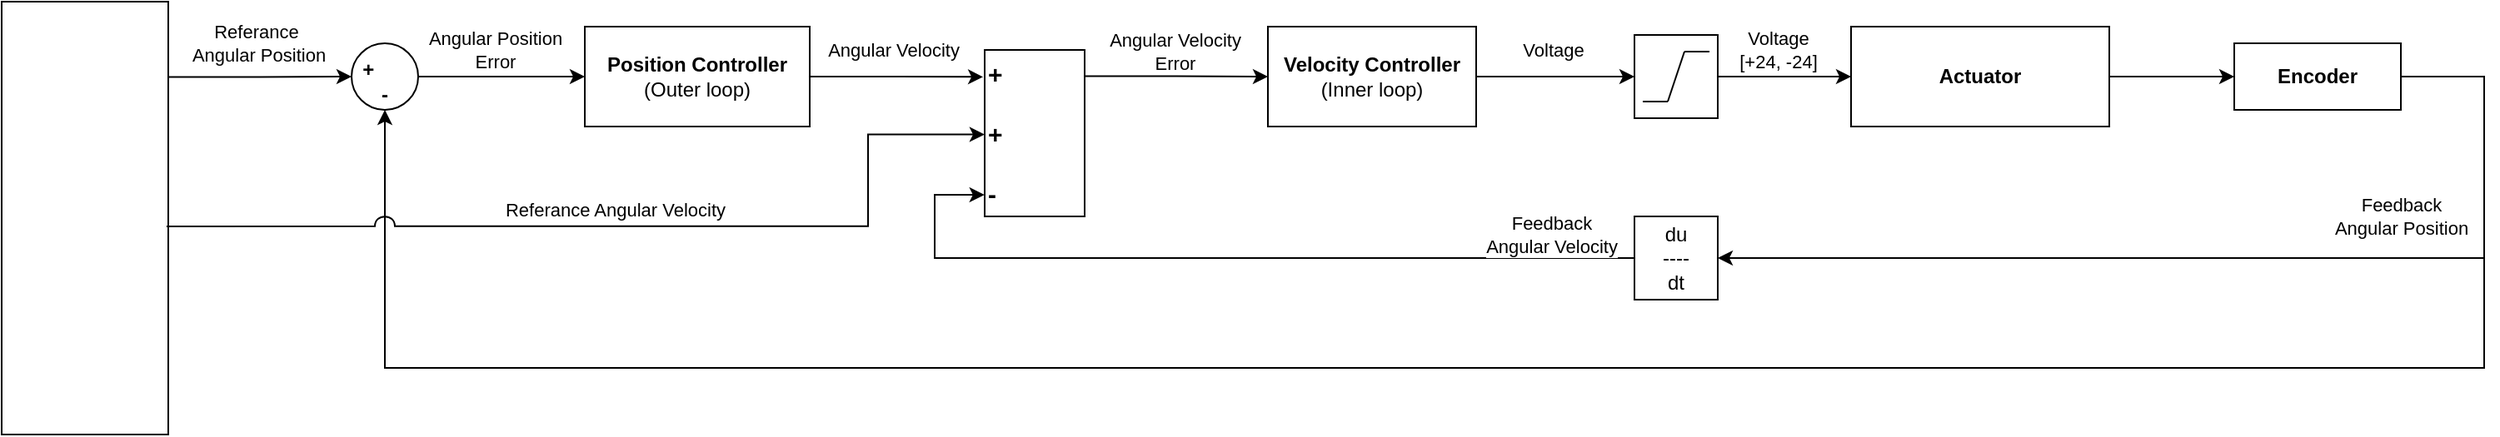
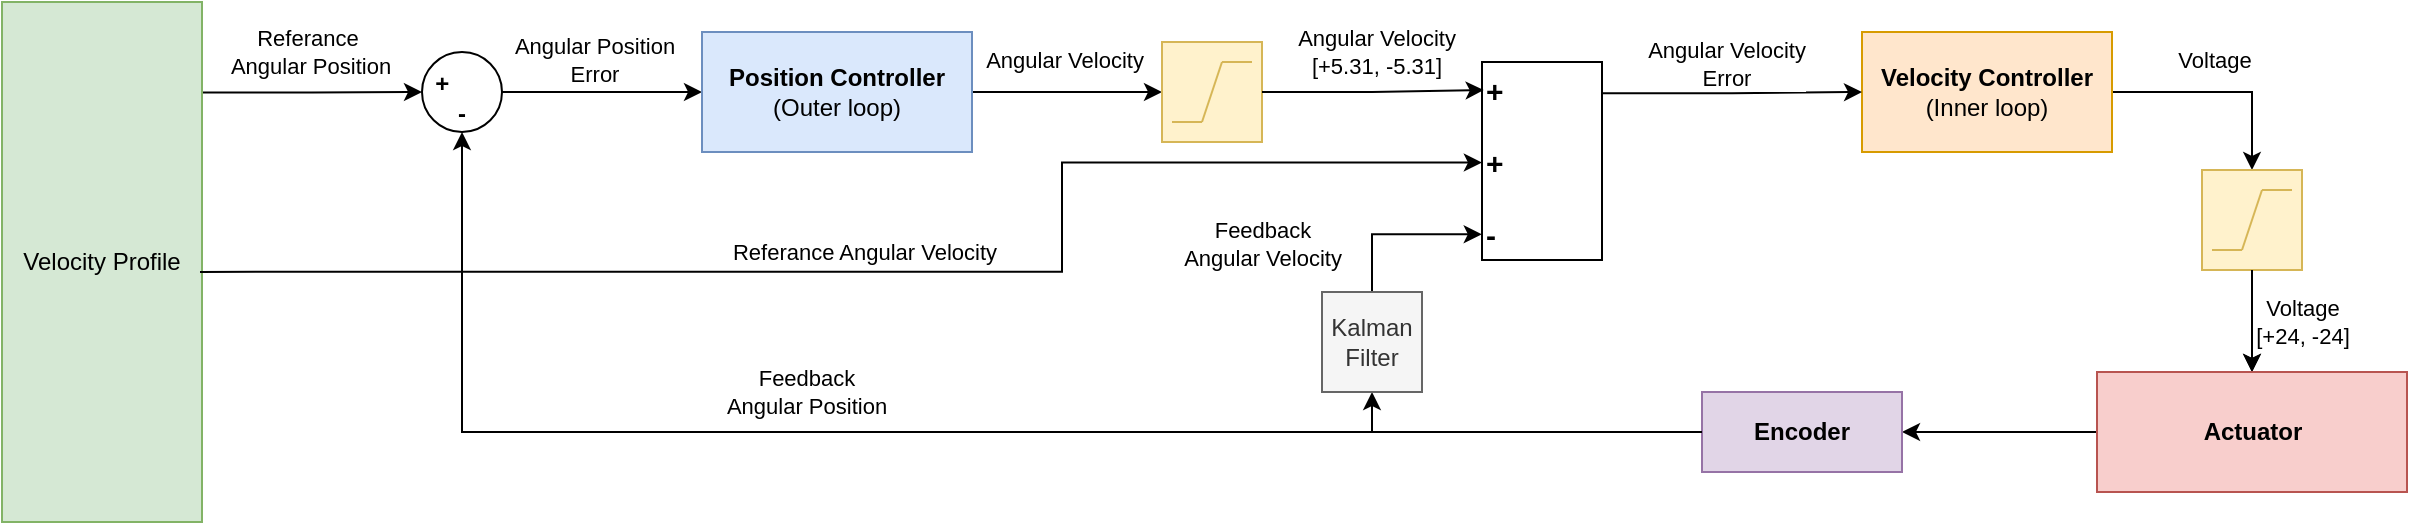
- <mxfile host="app.diagrams.net" agent="Mozilla/5.0 (Windows NT 10.0; Win64; x64) AppleWebKit/537.36 (KHTML, like Gecko) Chrome/146.0.0.0 Safari/537.36 Edg/146.0.0.0" version="29.6.4">
+ <mxfile host="app.diagrams.net" agent="Mozilla/5.0 (Windows NT 10.0; Win64; x64) AppleWebKit/537.36 (KHTML, like Gecko) Chrome/146.0.0.0 Safari/537.36 Edg/146.0.0.0">
  <diagram name="Page-1" id="BD3-rZ1kGmaUrFAAPRVE">
-     <mxGraphModel dx="2441" dy="815" grid="1" gridSize="10" guides="1" tooltips="1" connect="1" arrows="1" fold="1" page="1" pageScale="1" pageWidth="850" pageHeight="1100" math="0" shadow="0">
+     <mxGraphModel dx="2310" dy="757" grid="1" gridSize="10" guides="1" tooltips="1" connect="1" arrows="1" fold="1" page="1" pageScale="1" pageWidth="850" pageHeight="1100" math="0" shadow="0">
      <root>
        <mxCell id="0" />
        <mxCell id="1" parent="0" />
        <mxCell id="LlREH8e2MbRujvwkSs1E-4" edge="1" parent="1" source="LlREH8e2MbRujvwkSs1E-1" style="edgeStyle=orthogonalEdgeStyle;rounded=0;orthogonalLoop=1;jettySize=auto;html=1;entryX=0;entryY=0.5;entryDx=0;entryDy=0;exitX=0.991;exitY=0.174;exitDx=0;exitDy=0;exitPerimeter=0;" target="LlREH8e2MbRujvwkSs1E-2">
          <mxGeometry relative="1" as="geometry" />
        </mxCell>
        <mxCell id="LlREH8e2MbRujvwkSs1E-37" connectable="0" parent="LlREH8e2MbRujvwkSs1E-4" style="edgeLabel;html=1;align=center;verticalAlign=middle;resizable=0;points=[];" value="Referance&amp;nbsp;&lt;div&gt;Angular Position&lt;/div&gt;" vertex="1">
          <mxGeometry relative="1" x="-0.2711" y="-1" as="geometry">
            <mxPoint x="14" y="-21" as="offset" />
          </mxGeometry>
        </mxCell>
-         <mxCell id="LlREH8e2MbRujvwkSs1E-1" parent="1" style="rounded=0;whiteSpace=wrap;html=1;" value="" vertex="1">
+         <mxCell id="LlREH8e2MbRujvwkSs1E-1" parent="1" style="rounded=0;whiteSpace=wrap;html=1;fillColor=#d5e8d4;strokeColor=#82b366;" value="Velocity Profile" vertex="1">
          <mxGeometry height="260" width="100" x="-140" y="120" as="geometry" />
        </mxCell>
        <mxCell id="LlREH8e2MbRujvwkSs1E-5" edge="1" parent="1" source="LlREH8e2MbRujvwkSs1E-2" style="edgeStyle=orthogonalEdgeStyle;rounded=0;orthogonalLoop=1;jettySize=auto;html=1;" target="LlREH8e2MbRujvwkSs1E-3" value="">
          <mxGeometry relative="1" as="geometry" />
        </mxCell>
        <mxCell id="LlREH8e2MbRujvwkSs1E-43" connectable="0" parent="LlREH8e2MbRujvwkSs1E-5" style="edgeLabel;html=1;align=center;verticalAlign=middle;resizable=0;points=[];" value="Angular&amp;nbsp;Position&lt;div&gt;Error&lt;/div&gt;" vertex="1">
          <mxGeometry relative="1" x="-0.2624" y="-2" as="geometry">
            <mxPoint x="9" y="-18" as="offset" />
          </mxGeometry>
        </mxCell>
        <mxCell id="LlREH8e2MbRujvwkSs1E-2" parent="1" style="ellipse;whiteSpace=wrap;html=1;verticalAlign=bottom;fontStyle=1;fontSize=12;labelPosition=center;verticalLabelPosition=middle;align=center;" value="+&lt;span style=&quot;white-space: pre;&quot;&gt;&#x9;&lt;/span&gt;&lt;div&gt;-&lt;/div&gt;" vertex="1">
          <mxGeometry height="40" width="40" x="70" y="145" as="geometry" />
        </mxCell>
-         <mxCell id="LlREH8e2MbRujvwkSs1E-9" edge="1" parent="1" source="LlREH8e2MbRujvwkSs1E-3" style="edgeStyle=orthogonalEdgeStyle;rounded=0;orthogonalLoop=1;jettySize=auto;html=1;entryX=-0.016;entryY=0.162;entryDx=0;entryDy=0;entryPerimeter=0;" target="LlREH8e2MbRujvwkSs1E-32" value="">
+         <mxCell id="LlREH8e2MbRujvwkSs1E-9" edge="1" parent="1" source="LlREH8e2MbRujvwkSs1E-3" style="edgeStyle=orthogonalEdgeStyle;rounded=0;orthogonalLoop=1;jettySize=auto;html=1;entryX=0;entryY=0.5;entryDx=0;entryDy=0;" target="qdQHciXr0UH7EWWpv0bQ-3" value="">
          <mxGeometry relative="1" as="geometry">
            <mxPoint x="430" y="165" as="targetPoint" />
          </mxGeometry>
        </mxCell>
        <mxCell id="LlREH8e2MbRujvwkSs1E-45" connectable="0" parent="LlREH8e2MbRujvwkSs1E-9" style="edgeLabel;html=1;align=center;verticalAlign=middle;resizable=0;points=[];" value="Angular&amp;nbsp;Velocity" vertex="1">
          <mxGeometry relative="1" x="-0.1154" y="-1" as="geometry">
            <mxPoint x="4" y="-17" as="offset" />
          </mxGeometry>
        </mxCell>
-         <mxCell id="LlREH8e2MbRujvwkSs1E-3" parent="1" style="rounded=0;whiteSpace=wrap;html=1;" value="&lt;b&gt;Position Controller&lt;/b&gt;&lt;div&gt;(Outer loop)&lt;/div&gt;" vertex="1">
+         <mxCell id="LlREH8e2MbRujvwkSs1E-3" parent="1" style="rounded=0;whiteSpace=wrap;html=1;fillColor=#dae8fc;strokeColor=#6c8ebf;" value="&lt;b&gt;Position Controller&lt;/b&gt;&lt;div&gt;(Outer loop)&lt;/div&gt;" vertex="1">
          <mxGeometry height="60" width="135" x="210" y="135" as="geometry" />
        </mxCell>
        <mxCell id="LlREH8e2MbRujvwkSs1E-18" edge="1" parent="1" source="LlREH8e2MbRujvwkSs1E-7" style="edgeStyle=orthogonalEdgeStyle;rounded=0;orthogonalLoop=1;jettySize=auto;html=1;" target="LlREH8e2MbRujvwkSs1E-13" value="">
          <mxGeometry relative="1" as="geometry" />
        </mxCell>
        <mxCell id="LlREH8e2MbRujvwkSs1E-40" connectable="0" parent="LlREH8e2MbRujvwkSs1E-18" style="edgeLabel;html=1;align=center;verticalAlign=middle;resizable=0;points=[];" value="Voltage" vertex="1">
          <mxGeometry relative="1" x="-0.3077" as="geometry">
            <mxPoint x="13" y="-16" as="offset" />
          </mxGeometry>
        </mxCell>
-         <mxCell id="LlREH8e2MbRujvwkSs1E-7" parent="1" style="rounded=0;whiteSpace=wrap;html=1;" value="&lt;b&gt;Velocity Controller&lt;/b&gt;&lt;div&gt;(Inner loop)&lt;b&gt;&lt;/b&gt;&lt;/div&gt;" vertex="1">
-           <mxGeometry height="60" width="125" x="620" y="135" as="geometry" />
+         <mxCell id="LlREH8e2MbRujvwkSs1E-7" parent="1" style="rounded=0;whiteSpace=wrap;html=1;fillColor=#ffe6cc;strokeColor=#d79b00;" value="&lt;b&gt;Velocity Controller&lt;/b&gt;&lt;div&gt;(Inner loop)&lt;b&gt;&lt;/b&gt;&lt;/div&gt;" vertex="1">
+           <mxGeometry height="60" width="125" x="790" y="135" as="geometry" />
        </mxCell>
        <mxCell id="LlREH8e2MbRujvwkSs1E-10" edge="1" parent="1" source="LlREH8e2MbRujvwkSs1E-32" style="edgeStyle=orthogonalEdgeStyle;rounded=0;orthogonalLoop=1;jettySize=auto;html=1;exitX=0.981;exitY=0.158;exitDx=0;exitDy=0;exitPerimeter=0;" target="LlREH8e2MbRujvwkSs1E-7" value="">
          <mxGeometry relative="1" as="geometry">
-             <mxPoint x="470" y="165" as="sourcePoint" />
+             <mxPoint x="640" y="165" as="sourcePoint" />
          </mxGeometry>
        </mxCell>
        <mxCell id="LlREH8e2MbRujvwkSs1E-42" connectable="0" parent="LlREH8e2MbRujvwkSs1E-10" style="edgeLabel;html=1;align=center;verticalAlign=middle;resizable=0;points=[];" value="Angular&amp;nbsp;Velocity&lt;div&gt;Error&lt;/div&gt;" vertex="1">
          <mxGeometry relative="1" x="-0.2299" y="2" as="geometry">
            <mxPoint x="12" y="-13" as="offset" />
          </mxGeometry>
        </mxCell>
-         <mxCell id="LlREH8e2MbRujvwkSs1E-21" edge="1" parent="1" source="LlREH8e2MbRujvwkSs1E-11" style="edgeStyle=orthogonalEdgeStyle;rounded=0;orthogonalLoop=1;jettySize=auto;html=1;entryX=1;entryY=0.5;entryDx=0;entryDy=0;" target="LlREH8e2MbRujvwkSs1E-20">
-           <mxGeometry relative="1" as="geometry">
-             <Array as="points">
-               <mxPoint x="1150" y="165" />
-             </Array>
-           </mxGeometry>
+         <mxCell id="qdQHciXr0UH7EWWpv0bQ-1" edge="1" parent="1" source="LlREH8e2MbRujvwkSs1E-11" style="edgeStyle=orthogonalEdgeStyle;rounded=0;orthogonalLoop=1;jettySize=auto;html=1;" target="LlREH8e2MbRujvwkSs1E-20" value="">
+           <mxGeometry relative="1" as="geometry" />
        </mxCell>
-         <mxCell id="LlREH8e2MbRujvwkSs1E-11" parent="1" style="rounded=0;whiteSpace=wrap;html=1;" value="&lt;b&gt;Actuator&lt;/b&gt;" vertex="1">
-           <mxGeometry height="60" width="155" x="970" y="135" as="geometry" />
+         <mxCell id="LlREH8e2MbRujvwkSs1E-17" connectable="0" parent="1" style="group;fillColor=#fff2cc;strokeColor=#d6b656;" value="" vertex="1">
+           <mxGeometry height="50" width="50" x="960" y="204" as="geometry" />
        </mxCell>
-         <mxCell id="LlREH8e2MbRujvwkSs1E-17" connectable="0" parent="1" style="group" value="" vertex="1">
-           <mxGeometry height="50" width="50" x="840" y="140" as="geometry" />
-         </mxCell>
-         <mxCell id="LlREH8e2MbRujvwkSs1E-13" parent="LlREH8e2MbRujvwkSs1E-17" style="whiteSpace=wrap;html=1;aspect=fixed;" value="" vertex="1">
+         <mxCell id="LlREH8e2MbRujvwkSs1E-13" parent="LlREH8e2MbRujvwkSs1E-17" style="whiteSpace=wrap;html=1;aspect=fixed;fillColor=#fff2cc;strokeColor=#d6b656;" value="" vertex="1">
          <mxGeometry height="50" width="50" as="geometry" />
        </mxCell>
-         <mxCell id="LlREH8e2MbRujvwkSs1E-14" edge="1" parent="LlREH8e2MbRujvwkSs1E-17" style="endArrow=none;html=1;rounded=0;entryX=0.5;entryY=0.8;entryDx=0;entryDy=0;entryPerimeter=0;exitX=0.2;exitY=0.8;exitDx=0;exitDy=0;exitPerimeter=0;" value="">
+         <mxCell id="LlREH8e2MbRujvwkSs1E-14" edge="1" parent="LlREH8e2MbRujvwkSs1E-17" style="endArrow=none;html=1;rounded=0;entryX=0.5;entryY=0.8;entryDx=0;entryDy=0;entryPerimeter=0;exitX=0.2;exitY=0.8;exitDx=0;exitDy=0;exitPerimeter=0;fillColor=#fff2cc;strokeColor=#d6b656;" value="">
          <mxGeometry height="50" relative="1" width="50" as="geometry">
            <mxPoint x="5" y="40" as="sourcePoint" />
            <mxPoint x="20" y="40" as="targetPoint" />
          </mxGeometry>
        </mxCell>
-         <mxCell id="LlREH8e2MbRujvwkSs1E-15" edge="1" parent="LlREH8e2MbRujvwkSs1E-17" source="LlREH8e2MbRujvwkSs1E-13" style="endArrow=none;html=1;rounded=0;entryX=0.6;entryY=0.2;entryDx=0;entryDy=0;entryPerimeter=0;exitX=0.4;exitY=0.8;exitDx=0;exitDy=0;exitPerimeter=0;" target="LlREH8e2MbRujvwkSs1E-13" value="">
+         <mxCell id="LlREH8e2MbRujvwkSs1E-15" edge="1" parent="LlREH8e2MbRujvwkSs1E-17" source="LlREH8e2MbRujvwkSs1E-13" style="endArrow=none;html=1;rounded=0;entryX=0.6;entryY=0.2;entryDx=0;entryDy=0;entryPerimeter=0;exitX=0.4;exitY=0.8;exitDx=0;exitDy=0;exitPerimeter=0;fillColor=#fff2cc;strokeColor=#d6b656;" target="LlREH8e2MbRujvwkSs1E-13" value="">
          <mxGeometry height="50" relative="1" width="50" as="geometry">
            <mxPoint x="30" y="30" as="sourcePoint" />
            <mxPoint x="45" y="30" as="targetPoint" />
          </mxGeometry>
        </mxCell>
-         <mxCell id="LlREH8e2MbRujvwkSs1E-16" edge="1" parent="LlREH8e2MbRujvwkSs1E-17" style="endArrow=none;html=1;rounded=0;entryX=0.5;entryY=0.8;entryDx=0;entryDy=0;entryPerimeter=0;exitX=0.2;exitY=0.8;exitDx=0;exitDy=0;exitPerimeter=0;" value="">
+         <mxCell id="LlREH8e2MbRujvwkSs1E-16" edge="1" parent="LlREH8e2MbRujvwkSs1E-17" style="endArrow=none;html=1;rounded=0;entryX=0.5;entryY=0.8;entryDx=0;entryDy=0;entryPerimeter=0;exitX=0.2;exitY=0.8;exitDx=0;exitDy=0;exitPerimeter=0;fillColor=#fff2cc;strokeColor=#d6b656;" value="">
          <mxGeometry height="50" relative="1" width="50" as="geometry">
            <mxPoint x="30" y="10" as="sourcePoint" />
            <mxPoint x="45" y="10" as="targetPoint" />
          </mxGeometry>
        </mxCell>
        <mxCell id="LlREH8e2MbRujvwkSs1E-19" edge="1" parent="1" source="LlREH8e2MbRujvwkSs1E-13" style="edgeStyle=orthogonalEdgeStyle;rounded=0;orthogonalLoop=1;jettySize=auto;html=1;" target="LlREH8e2MbRujvwkSs1E-11" value="">
          <mxGeometry relative="1" as="geometry" />
        </mxCell>
        <mxCell id="LlREH8e2MbRujvwkSs1E-41" connectable="0" parent="LlREH8e2MbRujvwkSs1E-19" style="edgeLabel;html=1;align=center;verticalAlign=middle;resizable=0;points=[];" value="Voltage&lt;br&gt;[+24, -24]" vertex="1">
          <mxGeometry relative="1" x="-0.1167" y="-2" as="geometry">
-             <mxPoint y="-18" as="offset" />
+             <mxPoint x="27" y="3" as="offset" />
          </mxGeometry>
        </mxCell>
-         <mxCell id="LlREH8e2MbRujvwkSs1E-46" edge="1" parent="1" source="LlREH8e2MbRujvwkSs1E-20" style="edgeStyle=orthogonalEdgeStyle;rounded=0;orthogonalLoop=1;jettySize=auto;html=1;entryX=0.5;entryY=1;entryDx=0;entryDy=0;" target="LlREH8e2MbRujvwkSs1E-27">
-           <mxGeometry relative="1" as="geometry">
-             <Array as="points">
-               <mxPoint x="1350" y="165" />
-               <mxPoint x="1350" y="274" />
-             </Array>
-           </mxGeometry>
+         <mxCell id="cyVE3tjUSvnCyxjfInQw-5" edge="1" parent="1" source="LlREH8e2MbRujvwkSs1E-20" style="edgeStyle=orthogonalEdgeStyle;rounded=0;orthogonalLoop=1;jettySize=auto;html=1;entryX=0.5;entryY=1;entryDx=0;entryDy=0;" target="LlREH8e2MbRujvwkSs1E-27">
+           <mxGeometry relative="1" as="geometry" />
        </mxCell>
-         <mxCell id="LlREH8e2MbRujvwkSs1E-20" parent="1" style="rounded=0;whiteSpace=wrap;html=1;direction=west;" value="&lt;b&gt;Encoder&lt;/b&gt;" vertex="1">
-           <mxGeometry height="40" width="100" x="1200" y="145" as="geometry" />
+         <mxCell id="LlREH8e2MbRujvwkSs1E-20" parent="1" style="rounded=0;whiteSpace=wrap;html=1;direction=west;fillColor=#e1d5e7;strokeColor=#9673a6;" value="&lt;b&gt;Encoder&lt;/b&gt;" vertex="1">
+           <mxGeometry height="40" width="100" x="710" y="315" as="geometry" />
        </mxCell>
        <mxCell id="LlREH8e2MbRujvwkSs1E-28" edge="1" parent="1" source="LlREH8e2MbRujvwkSs1E-27" style="edgeStyle=orthogonalEdgeStyle;rounded=0;orthogonalLoop=1;jettySize=auto;html=1;entryX=-0.002;entryY=0.87;entryDx=0;entryDy=0;entryPerimeter=0;" target="LlREH8e2MbRujvwkSs1E-32" value="">
          <mxGeometry relative="1" as="geometry">
            <Array as="points">
-               <mxPoint x="420" y="274" />
-               <mxPoint x="420" y="236" />
+               <mxPoint x="545" y="236" />
            </Array>
            <mxPoint x="385" y="240" as="targetPoint" />
          </mxGeometry>
        </mxCell>
        <mxCell id="LlREH8e2MbRujvwkSs1E-35" connectable="0" parent="LlREH8e2MbRujvwkSs1E-28" style="edgeLabel;html=1;align=center;verticalAlign=middle;resizable=0;points=[];" value="Feedback&lt;br&gt;Angular Velocity" vertex="1">
          <mxGeometry relative="1" x="-0.4631" y="-3" as="geometry">
-             <mxPoint x="81" y="-11" as="offset" />
-           </mxGeometry>
-         </mxCell>
-         <mxCell id="LlREH8e2MbRujvwkSs1E-27" parent="1" style="whiteSpace=wrap;html=1;aspect=fixed;direction=north;" value="du&lt;div&gt;----&lt;/div&gt;&lt;div&gt;dt&lt;/div&gt;" vertex="1">
-           <mxGeometry height="50" width="50" x="840" y="249" as="geometry" />
-         </mxCell>
-         <mxCell id="LlREH8e2MbRujvwkSs1E-30" edge="1" parent="1" source="LlREH8e2MbRujvwkSs1E-20" style="edgeStyle=orthogonalEdgeStyle;rounded=0;orthogonalLoop=1;jettySize=auto;html=1;entryX=0.5;entryY=1;entryDx=0;entryDy=0;exitX=0;exitY=0.5;exitDx=0;exitDy=0;" target="LlREH8e2MbRujvwkSs1E-2">
-           <mxGeometry relative="1" as="geometry">
-             <Array as="points">
-               <mxPoint x="1350" y="165" />
-               <mxPoint x="1350" y="340" />
-               <mxPoint x="90" y="340" />
-             </Array>
-             <mxPoint x="450" y="300" as="sourcePoint" />
-             <mxPoint x="150" y="330" as="targetPoint" />
-           </mxGeometry>
-         </mxCell>
-         <mxCell id="LlREH8e2MbRujvwkSs1E-34" connectable="0" parent="LlREH8e2MbRujvwkSs1E-30" style="edgeLabel;html=1;align=center;verticalAlign=middle;resizable=0;points=[];" value="Feedback&lt;br&gt;Angular Position" vertex="1">
-           <mxGeometry relative="1" x="-0.6959" y="-5" as="geometry">
-             <mxPoint x="-26" y="-86" as="offset" />
+             <mxPoint x="-58" y="-2" as="offset" />
          </mxGeometry>
        </mxCell>
        <mxCell id="LlREH8e2MbRujvwkSs1E-32" parent="1" style="rounded=0;whiteSpace=wrap;html=1;align=left;" value="&lt;b&gt;&lt;font style=&quot;font-size: 15px;&quot;&gt;+&lt;/font&gt;&lt;/b&gt;&lt;div&gt;&lt;b&gt;&lt;font style=&quot;font-size: 15px;&quot;&gt;&lt;br&gt;&lt;/font&gt;&lt;/b&gt;&lt;/div&gt;&lt;div&gt;&lt;b&gt;&lt;font style=&quot;font-size: 15px;&quot;&gt;+&lt;/font&gt;&lt;/b&gt;&lt;/div&gt;&lt;div&gt;&lt;b&gt;&lt;font style=&quot;font-size: 15px;&quot;&gt;&lt;br&gt;&lt;/font&gt;&lt;/b&gt;&lt;/div&gt;&lt;div style=&quot;&quot;&gt;&lt;b&gt;&lt;font style=&quot;font-size: 15px;&quot;&gt;-&lt;/font&gt;&lt;/b&gt;&lt;/div&gt;" vertex="1">
-           <mxGeometry height="100" width="60" x="450" y="149" as="geometry" />
+           <mxGeometry height="99" width="60" x="600" y="150" as="geometry" />
        </mxCell>
        <mxCell id="LlREH8e2MbRujvwkSs1E-33" edge="1" parent="1" source="LlREH8e2MbRujvwkSs1E-1" style="edgeStyle=orthogonalEdgeStyle;rounded=0;orthogonalLoop=1;jettySize=auto;html=1;entryX=-0.001;entryY=0.508;entryDx=0;entryDy=0;jumpStyle=arc;jumpSize=12;entryPerimeter=0;exitX=0.99;exitY=0.519;exitDx=0;exitDy=0;exitPerimeter=0;" target="LlREH8e2MbRujvwkSs1E-32">
          <mxGeometry relative="1" as="geometry">
            <Array as="points">
-               <mxPoint x="380" y="255" />
-               <mxPoint x="380" y="200" />
+               <mxPoint x="390" y="255" />
+               <mxPoint x="390" y="200" />
            </Array>
          </mxGeometry>
        </mxCell>
        <mxCell id="LlREH8e2MbRujvwkSs1E-36" connectable="0" parent="LlREH8e2MbRujvwkSs1E-33" style="edgeLabel;html=1;align=center;verticalAlign=middle;resizable=0;points=[];" value="Referance Angular Velocity" vertex="1">
          <mxGeometry relative="1" x="-0.1622" as="geometry">
            <mxPoint x="40" y="-10" as="offset" />
          </mxGeometry>
        </mxCell>
+         <mxCell id="qdQHciXr0UH7EWWpv0bQ-2" connectable="0" parent="1" style="group;fillColor=#fff2cc;strokeColor=#d6b656;" value="" vertex="1">
+           <mxGeometry height="50" width="50" x="440" y="140" as="geometry" />
+         </mxCell>
+         <mxCell id="qdQHciXr0UH7EWWpv0bQ-3" parent="qdQHciXr0UH7EWWpv0bQ-2" style="whiteSpace=wrap;html=1;aspect=fixed;fillColor=#fff2cc;strokeColor=#d6b656;" value="" vertex="1">
+           <mxGeometry height="50" width="50" as="geometry" />
+         </mxCell>
+         <mxCell id="qdQHciXr0UH7EWWpv0bQ-4" edge="1" parent="qdQHciXr0UH7EWWpv0bQ-2" style="endArrow=none;html=1;rounded=0;entryX=0.5;entryY=0.8;entryDx=0;entryDy=0;entryPerimeter=0;exitX=0.2;exitY=0.8;exitDx=0;exitDy=0;exitPerimeter=0;fillColor=#fff2cc;strokeColor=#d6b656;" value="">
+           <mxGeometry height="50" relative="1" width="50" as="geometry">
+             <mxPoint x="5" y="40" as="sourcePoint" />
+             <mxPoint x="20" y="40" as="targetPoint" />
+           </mxGeometry>
+         </mxCell>
+         <mxCell id="qdQHciXr0UH7EWWpv0bQ-5" edge="1" parent="qdQHciXr0UH7EWWpv0bQ-2" source="qdQHciXr0UH7EWWpv0bQ-3" style="endArrow=none;html=1;rounded=0;entryX=0.6;entryY=0.2;entryDx=0;entryDy=0;entryPerimeter=0;exitX=0.4;exitY=0.8;exitDx=0;exitDy=0;exitPerimeter=0;fillColor=#fff2cc;strokeColor=#d6b656;" target="qdQHciXr0UH7EWWpv0bQ-3" value="">
+           <mxGeometry height="50" relative="1" width="50" as="geometry">
+             <mxPoint x="30" y="30" as="sourcePoint" />
+             <mxPoint x="45" y="30" as="targetPoint" />
+           </mxGeometry>
+         </mxCell>
+         <mxCell id="qdQHciXr0UH7EWWpv0bQ-6" edge="1" parent="qdQHciXr0UH7EWWpv0bQ-2" style="endArrow=none;html=1;rounded=0;entryX=0.5;entryY=0.8;entryDx=0;entryDy=0;entryPerimeter=0;exitX=0.2;exitY=0.8;exitDx=0;exitDy=0;exitPerimeter=0;fillColor=#fff2cc;strokeColor=#d6b656;" value="">
+           <mxGeometry height="50" relative="1" width="50" as="geometry">
+             <mxPoint x="30" y="10" as="sourcePoint" />
+             <mxPoint x="45" y="10" as="targetPoint" />
+           </mxGeometry>
+         </mxCell>
+         <mxCell id="qdQHciXr0UH7EWWpv0bQ-7" edge="1" parent="1" source="qdQHciXr0UH7EWWpv0bQ-3" style="edgeStyle=orthogonalEdgeStyle;rounded=0;orthogonalLoop=1;jettySize=auto;html=1;entryX=0.014;entryY=0.142;entryDx=0;entryDy=0;entryPerimeter=0;" target="LlREH8e2MbRujvwkSs1E-32" value="">
+           <mxGeometry relative="1" as="geometry" />
+         </mxCell>
+         <mxCell id="qdQHciXr0UH7EWWpv0bQ-9" connectable="0" parent="qdQHciXr0UH7EWWpv0bQ-7" style="edgeLabel;html=1;align=center;verticalAlign=middle;resizable=0;points=[];" value="Angular Velocity&lt;div&gt;[+5.31, -5.31]&lt;/div&gt;" vertex="1">
+           <mxGeometry relative="1" x="0.1861" as="geometry">
+             <mxPoint x="-9" y="-19" as="offset" />
+           </mxGeometry>
+         </mxCell>
+         <mxCell id="qdQHciXr0UH7EWWpv0bQ-8" edge="1" parent="1" source="LlREH8e2MbRujvwkSs1E-13" style="edgeStyle=orthogonalEdgeStyle;rounded=0;orthogonalLoop=1;jettySize=auto;html=1;" target="LlREH8e2MbRujvwkSs1E-11" value="">
+           <mxGeometry relative="1" as="geometry" />
+         </mxCell>
+         <mxCell id="LlREH8e2MbRujvwkSs1E-11" parent="1" style="rounded=0;whiteSpace=wrap;html=1;fillColor=#f8cecc;strokeColor=#b85450;" value="&lt;b&gt;Actuator&lt;/b&gt;" vertex="1">
+           <mxGeometry height="60" width="155" x="907.5" y="305" as="geometry" />
+         </mxCell>
+         <mxCell id="cyVE3tjUSvnCyxjfInQw-3" edge="1" parent="1" source="LlREH8e2MbRujvwkSs1E-20" style="edgeStyle=orthogonalEdgeStyle;rounded=0;orthogonalLoop=1;jettySize=auto;html=1;entryX=0.5;entryY=1;entryDx=0;entryDy=0;exitX=1;exitY=0.5;exitDx=0;exitDy=0;" target="LlREH8e2MbRujvwkSs1E-2" value="">
+           <mxGeometry relative="1" as="geometry">
+             <Array as="points">
+               <mxPoint x="90" y="335" />
+             </Array>
+             <mxPoint x="760" y="370" as="sourcePoint" />
+             <mxPoint x="985" y="380" as="targetPoint" />
+           </mxGeometry>
+         </mxCell>
+         <mxCell id="cyVE3tjUSvnCyxjfInQw-4" connectable="0" parent="cyVE3tjUSvnCyxjfInQw-3" style="edgeLabel;html=1;align=center;verticalAlign=middle;resizable=0;points=[];" value="Feedback&lt;br&gt;Angular Position" vertex="1">
+           <mxGeometry relative="1" x="-0.6959" y="-5" as="geometry">
+             <mxPoint x="-331" y="-15" as="offset" />
+           </mxGeometry>
+         </mxCell>
+         <mxCell id="LlREH8e2MbRujvwkSs1E-27" parent="1" style="whiteSpace=wrap;html=1;aspect=fixed;direction=east;fillColor=#f5f5f5;fontColor=#333333;strokeColor=#666666;" value="Kalman Filter" vertex="1">
+           <mxGeometry height="50" width="50" x="520" y="265" as="geometry" />
+         </mxCell>
      </root>
    </mxGraphModel>
  </diagram>
</mxfile>
